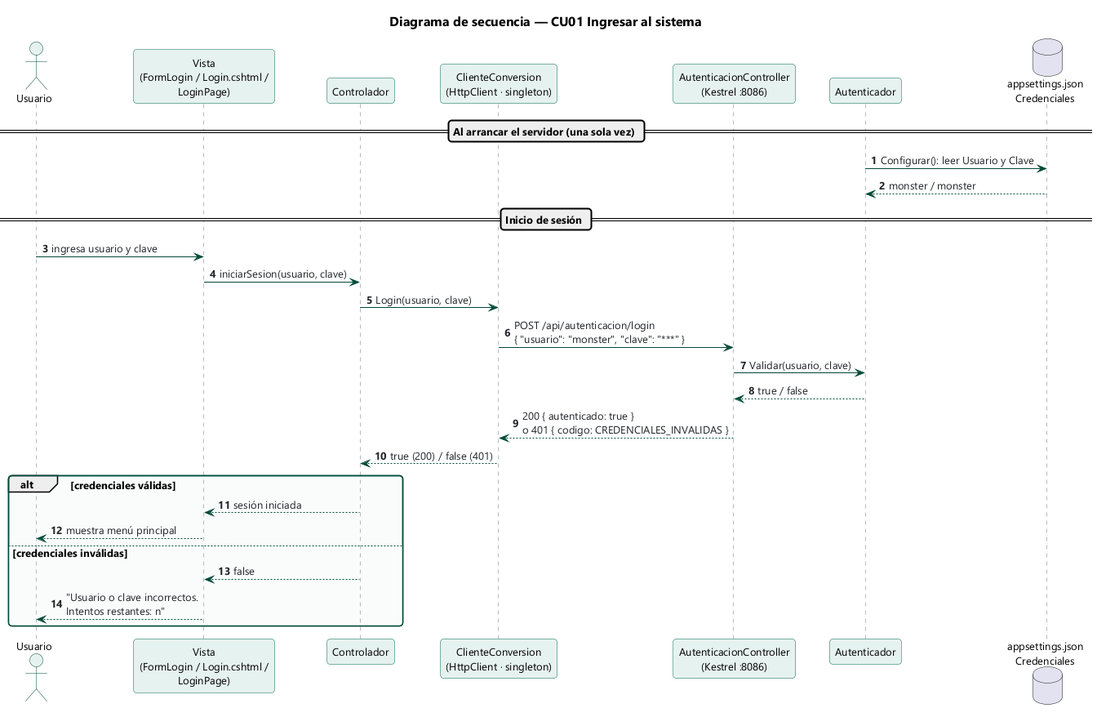
Before: 01. UML/03. DIAGRAMAS/03_SECUENCIA/DS_Ingresar_Sistema.png, a diagram exported from PlantUML (jsmasapanta/TI.1.4-PAO202651_RESTFUL_DOTNET_SINBDD_NRC36884_GR01). Source of this version:
```plantuml
@startuml DS_Ingresar_Sistema
!include ../_estilo.iuml
title Diagrama de secuencia — CU01 Ingresar al sistema
autonumber

actor Usuario
participant "Vista\n(FormLogin / Login.cshtml /\nLoginPage)" as Vista
participant "Controlador" as Ctrl
participant "ClienteConversion\n(HttpClient · singleton)" as Proxy
participant "AutenticacionController\n(Kestrel :8086)" as WS
participant "Autenticador" as Auth
database "appsettings.json\nCredenciales" as Config

== Al arrancar el servidor (una sola vez) ==
Auth -> Config : Configurar(): leer Usuario y Clave
Config --> Auth : monster / monster
== Inicio de sesión ==
Usuario -> Vista : ingresa usuario y clave
Vista -> Ctrl : iniciarSesion(usuario, clave)
Ctrl -> Proxy : Login(usuario, clave)
Proxy -> WS : POST /api/autenticacion/login\n{ "usuario": "monster", "clave": "***" }
WS -> Auth : Validar(usuario, clave)
Auth --> WS : true / false
WS --> Proxy : 200 { autenticado: true }\no 401 { codigo: CREDENCIALES_INVALIDAS }
Proxy --> Ctrl : true (200) / false (401)
alt credenciales válidas
  Ctrl --> Vista : sesión iniciada
  Vista --> Usuario : muestra menú principal
else credenciales inválidas
  Ctrl --> Vista : false
  Vista --> Usuario : "Usuario o clave incorrectos.\nIntentos restantes: n"
end
@enduml
```
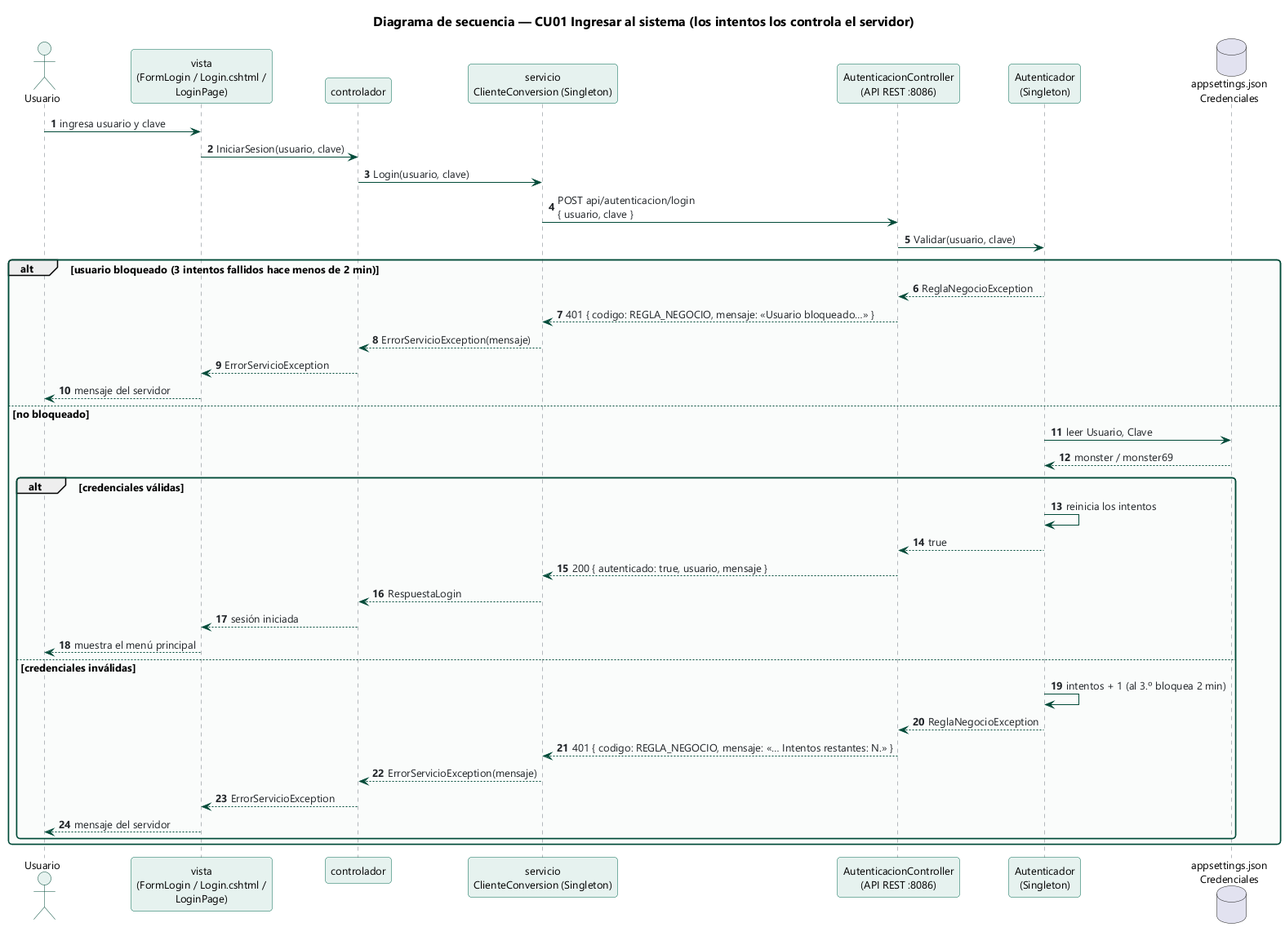
Above is the later version.

What changed in the source:
```diff
@@ -1,33 +1,44 @@
 @startuml DS_Ingresar_Sistema
 !include ../_estilo.iuml
-title Diagrama de secuencia — CU01 Ingresar al sistema
+title Diagrama de secuencia — CU01 Ingresar al sistema (los intentos los controla el servidor)
 autonumber
 
 actor Usuario
-participant "Vista\n(FormLogin / Login.cshtml /\nLoginPage)" as Vista
-participant "Controlador" as Ctrl
-participant "ClienteConversion\n(HttpClient · singleton)" as Proxy
-participant "AutenticacionController\n(Kestrel :8086)" as WS
-participant "Autenticador" as Auth
+participant "vista\n(FormLogin / Login.cshtml /\nLoginPage)" as Vista
+participant "controlador" as Ctrl
+participant "servicio\nClienteConversion (Singleton)" as Proxy
+participant "AutenticacionController\n(API REST :8086)" as WS
+participant "Autenticador\n(Singleton)" as Auth
 database "appsettings.json\nCredenciales" as Config
 
-== Al arrancar el servidor (una sola vez) ==
-Auth -> Config : Configurar(): leer Usuario y Clave
-Config --> Auth : monster / monster
-== Inicio de sesión ==
 Usuario -> Vista : ingresa usuario y clave
-Vista -> Ctrl : iniciarSesion(usuario, clave)
+Vista -> Ctrl : IniciarSesion(usuario, clave)
 Ctrl -> Proxy : Login(usuario, clave)
-Proxy -> WS : POST /api/autenticacion/login\n{ "usuario": "monster", "clave": "***" }
+Proxy -> WS : POST api/autenticacion/login\n{ usuario, clave }
 WS -> Auth : Validar(usuario, clave)
-Auth --> WS : true / false
-WS --> Proxy : 200 { autenticado: true }\no 401 { codigo: CREDENCIALES_INVALIDAS }
-Proxy --> Ctrl : true (200) / false (401)
-alt credenciales válidas
-  Ctrl --> Vista : sesión iniciada
-  Vista --> Usuario : muestra menú principal
-else credenciales inválidas
-  Ctrl --> Vista : false
-  Vista --> Usuario : "Usuario o clave incorrectos.\nIntentos restantes: n"
+alt usuario bloqueado (3 intentos fallidos hace menos de 2 min)
+  Auth --> WS : ReglaNegocioException
+  WS --> Proxy : 401 { codigo: REGLA_NEGOCIO, mensaje: «Usuario bloqueado…» }
+  Proxy --> Ctrl : ErrorServicioException(mensaje)
+  Ctrl --> Vista : ErrorServicioException
+  Vista --> Usuario : mensaje del servidor
+else no bloqueado
+  Auth -> Config : leer Usuario, Clave
+  Config --> Auth : monster / monster69
+  alt credenciales válidas
+    Auth -> Auth : reinicia los intentos
+    Auth --> WS : true
+    WS --> Proxy : 200 { autenticado: true, usuario, mensaje }
+    Proxy --> Ctrl : RespuestaLogin
+    Ctrl --> Vista : sesión iniciada
+    Vista --> Usuario : muestra el menú principal
+  else credenciales inválidas
+    Auth -> Auth : intentos + 1 (al 3.º bloquea 2 min)
+    Auth --> WS : ReglaNegocioException
+    WS --> Proxy : 401 { codigo: REGLA_NEGOCIO, mensaje: «… Intentos restantes: N.» }
+    Proxy --> Ctrl : ErrorServicioException(mensaje)
+    Ctrl --> Vista : ErrorServicioException
+    Vista --> Usuario : mensaje del servidor
+  end
 end
 @enduml
```
